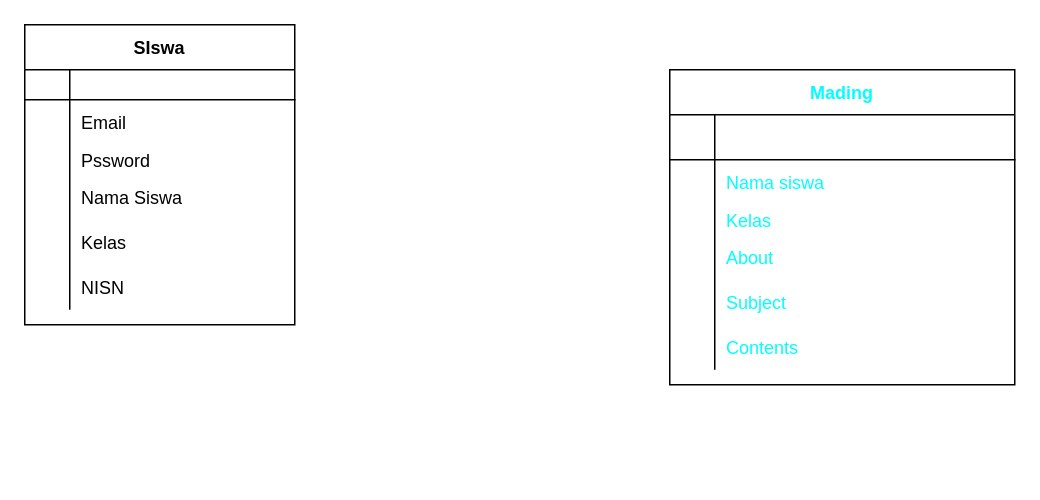
Before: Untitled Diagram.drawio in alzenacheiryl/project-website-osis, a draw.io diagram. Source tidied: cells renumbered, new cells numbered last; positions are measured from the earlier drawing's top-left corner, leaving out a move shared by most shapes. Both pictures are drawn from the tidied source at 150%, with x=0, y=0 at pixel (24, 24).
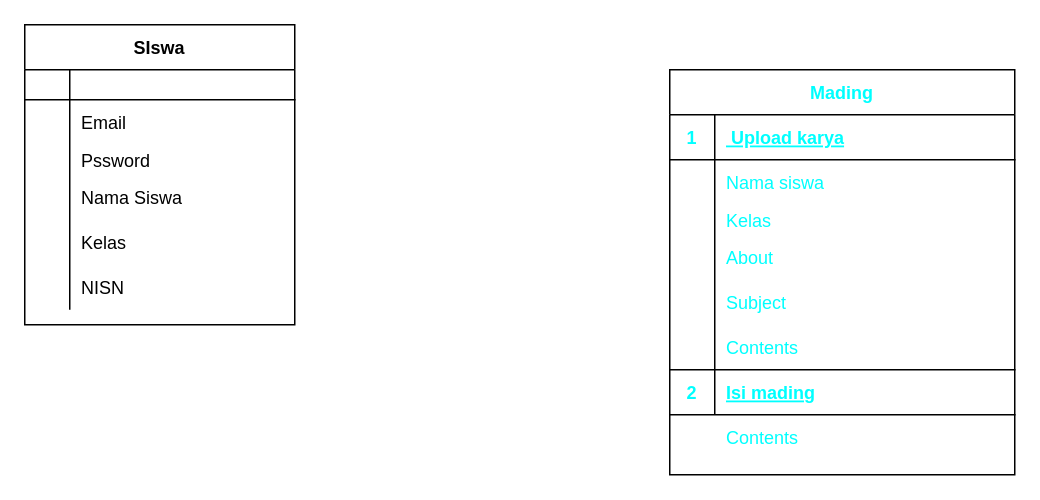
The same diagram, later.

Commit message:
edit table mading

Unchanged cells that the change refers to:
```xml
<mxCell id="22" style="shape=partialRectangle;fillColor=none;top=0;left=0;bottom=1;right=0;" parent="21" vertex="1">
  <mxGeometry y="30" width="230" height="30" as="geometry" />
</mxCell>
<mxCell id="37" style="shape=partialRectangle;fillColor=none;top=0;left=0;bottom=0;right=0;" parent="21" vertex="1">
  <mxGeometry y="170" width="230" height="30" as="geometry" />
</mxCell>
```

Change to the diagram source:
```diff
@@
     <mxCell id="21" value="Mading" style="shape=table;startSize=30;childLayout=tableLayout;rowLines=0;fontStyle=1;align=center;fontColor=#00FFFF;" parent="1" vertex="1">
-      <mxGeometry x="430" y="30" width="230" height="210" as="geometry" />
+      <mxGeometry x="430" y="30" width="230" height="270" as="geometry" />
     </mxCell>
@@
-    <mxCell id="23" style="shape=partialRectangle;fillColor=none;top=0;left=0;bottom=0;right=0;fontStyle=1;overflow=hidden;fontColor=#00FFFF;" parent="22" vertex="1">
+    <mxCell id="23" value="1" style="shape=partialRectangle;fillColor=none;top=0;left=0;bottom=0;right=0;fontStyle=1;overflow=hidden;fontColor=#00FFFF;" parent="22" vertex="1">
       <mxGeometry width="30" height="30" as="geometry" />
     </mxCell>
-    <mxCell id="24" style="shape=partialRectangle;fillColor=none;top=0;left=0;bottom=0;right=0;align=left;spacingLeft=6;fontStyle=5;overflow=hidden;fontColor=#00FFFF;" parent="22" vertex="1">
+    <mxCell id="24" value=" Upload karya" style="shape=partialRectangle;fillColor=none;top=0;left=0;bottom=0;right=0;align=left;spacingLeft=6;fontStyle=5;overflow=hidden;fontColor=#00FFFF;" parent="22" vertex="1">
       <mxGeometry x="30" width="200" height="30" as="geometry" />
     </mxCell>
@@
-    <mxCell id="39" value="Contents" style="shape=partialRectangle;fillColor=none;top=0;left=0;bottom=0;right=0;align=left;spacingLeft=6;overflow=hidden;fontColor=#00FFFF;" parent="37" vertex="1">
+    <mxCell id="39" style="shape=partialRectangle;fillColor=none;top=0;left=0;bottom=0;right=0;align=left;spacingLeft=6;overflow=hidden;fontColor=#00FFFF;" parent="37" vertex="1">
       <mxGeometry x="30" width="200" height="30" as="geometry" />
     </mxCell>
+    <mxCell id="40" style="shape=partialRectangle;fillColor=none;top=0;left=0;bottom=0;right=0;" parent="21" vertex="1">
+      <mxGeometry y="200" width="230" height="30" as="geometry" />
+    </mxCell>
+    <mxCell id="41" style="shape=partialRectangle;fillColor=none;top=0;left=0;bottom=0;right=0;overflow=hidden;" parent="40" vertex="1">
+      <mxGeometry width="30" height="30" as="geometry" />
+    </mxCell>
+    <mxCell id="42" style="shape=partialRectangle;fillColor=none;top=0;left=0;bottom=0;right=0;align=left;spacingLeft=6;overflow=hidden;fontColor=#00FFFF;" parent="40" vertex="1">
+      <mxGeometry x="30" width="200" height="30" as="geometry" />
+    </mxCell>
+    <mxCell id="43" style="shape=partialRectangle;fillColor=none;top=0;left=0;bottom=1;right=0;" parent="1" vertex="1">
+      <mxGeometry x="430" y="230" width="230" height="30" as="geometry" />
+    </mxCell>
+    <mxCell id="44" value="2" style="shape=partialRectangle;fillColor=none;top=0;left=0;bottom=0;right=0;fontStyle=1;overflow=hidden;fontColor=#00FFFF;" parent="43" vertex="1">
+      <mxGeometry width="30" height="30" as="geometry" />
+    </mxCell>
+    <mxCell id="45" value="Isi mading" style="shape=partialRectangle;fillColor=none;top=0;left=0;bottom=0;right=0;align=left;spacingLeft=6;fontStyle=5;overflow=hidden;fontColor=#00FFFF;" parent="43" vertex="1">
+      <mxGeometry x="30" width="200" height="30" as="geometry" />
+    </mxCell>
+    <mxCell id="46" style="shape=partialRectangle;fillColor=none;top=0;left=0;bottom=1;right=0;whiteSpace=wrap;" parent="1" vertex="1">
+      <mxGeometry x="430" y="200" width="230" height="30" as="geometry" />
+    </mxCell>
+    <mxCell id="47" style="shape=partialRectangle;fillColor=none;top=0;left=0;bottom=0;right=0;fontStyle=1;overflow=hidden;fontColor=#00FFFF;" parent="46" vertex="1">
+      <mxGeometry width="30" height="30" as="geometry" />
+    </mxCell>
+    <mxCell id="48" value="Contents" style="shape=partialRectangle;fillColor=none;top=0;left=0;bottom=0;right=0;align=left;spacingLeft=6;fontStyle=0;overflow=hidden;fontColor=#00FFFF;" parent="46" vertex="1">
+      <mxGeometry x="30" width="200" height="30" as="geometry" />
+    </mxCell>
+    <mxCell id="49" style="shape=partialRectangle;fillColor=none;top=0;left=0;bottom=0;right=0;" parent="1" vertex="1">
+      <mxGeometry x="430" y="260" width="230" height="30" as="geometry" />
+    </mxCell>
+    <mxCell id="50" style="shape=partialRectangle;fillColor=none;top=0;left=0;bottom=0;right=0;overflow=hidden;" parent="49" vertex="1">
+      <mxGeometry width="30" height="30" as="geometry" />
+    </mxCell>
+    <mxCell id="51" value="Contents" style="shape=partialRectangle;fillColor=none;top=0;left=0;bottom=0;right=0;align=left;spacingLeft=6;overflow=hidden;fontColor=#00FFFF;" parent="49" vertex="1">
+      <mxGeometry x="30" width="200" height="30" as="geometry" />
+    </mxCell>
```
